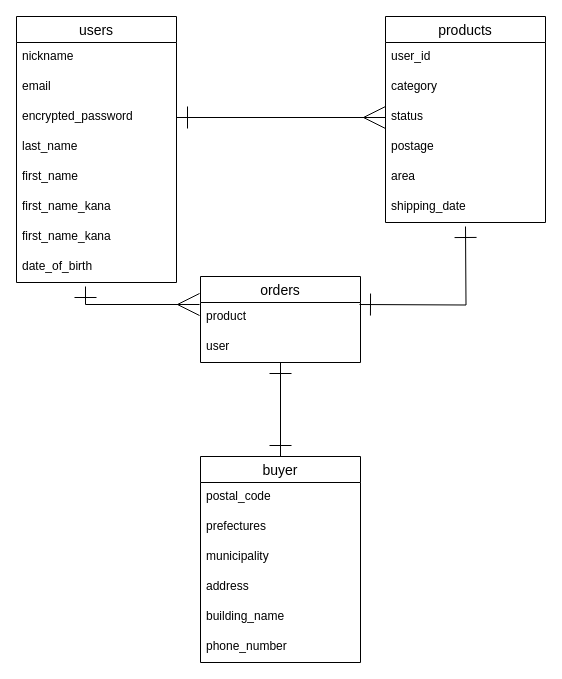
Earlier version of the draw.io diagram furima.dio (Hi-yano/furima-31597). Source tidied: cells renumbered, new cells numbered last; positions are measured from the earlier drawing's top-left corner, leaving out a move shared by most shapes. Both pictures are drawn from the tidied source at 100%, with x=0, y=0 at pixel (16, 16).
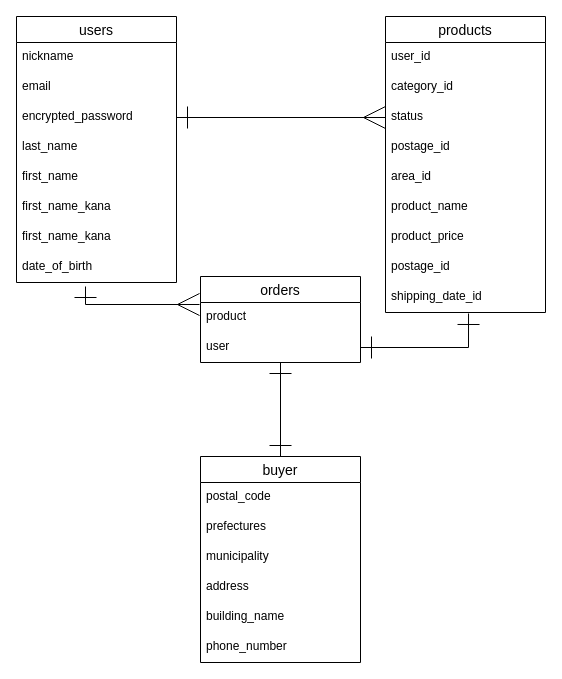
The same page after the edit.

Commit message (it also covers changes not shown here):
ER図/README修正3

Unchanged cells that the change refers to:
```xml
<mxCell id="16" value="user" style="text;strokeColor=none;fillColor=none;spacingLeft=4;spacingRight=4;overflow=hidden;points=[[0,0.5],[1,0.5]];portConstraint=eastwest;fontSize=12;" parent="14" vertex="1">
  <mxGeometry y="56" width="160" height="30" as="geometry" />
</mxCell>
```

What changed in the source:
```diff
@@
-    <mxCell id="3" style="edgeStyle=orthogonalEdgeStyle;rounded=0;orthogonalLoop=1;jettySize=auto;html=1;exitX=1;exitY=0.5;exitDx=0;exitDy=0;startArrow=ERone;startFill=0;startSize=20;endArrow=ERone;endFill=0;endSize=20;strokeWidth=1;" parent="1" edge="1">
-      <mxGeometry relative="1" as="geometry">
-        <mxPoint x="343" y="288" as="sourcePoint" />
-        <mxPoint x="449" y="210" as="targetPoint" />
-      </mxGeometry>
+    <mxCell id="3" style="edgeStyle=orthogonalEdgeStyle;rounded=0;jettySize=auto;html=1;exitX=1;exitY=0.5;exitDx=0;exitDy=0;startArrow=ERone;startFill=0;startSize=20;endArrow=ERone;endFill=0;endSize=20;strokeWidth=1;entryX=0.519;entryY=1.033;entryDx=0;entryDy=0;entryPerimeter=0;" parent="1" edge="1" source="16" target="23">
+      <mxGeometry relative="1" as="geometry" />
     </mxCell>
@@
     <mxCell id="17" value="products" style="swimlane;fontStyle=0;horizontal=1;startSize=26;align=center;fontSize=14;" parent="1" vertex="1">
-      <mxGeometry x="369" width="160" height="206" as="geometry" />
+      <mxGeometry x="369" width="160" height="296" as="geometry" />
     </mxCell>
@@
-    <mxCell id="19" value="category" style="text;strokeColor=none;fillColor=none;spacingLeft=4;spacingRight=4;overflow=hidden;fontSize=12;" parent="17" vertex="1">
+    <mxCell id="19" value="category_id" style="text;strokeColor=none;fillColor=none;spacingLeft=4;spacingRight=4;overflow=hidden;fontSize=12;" parent="17" vertex="1">
       <mxGeometry y="56" width="160" height="30" as="geometry" />
     </mxCell>
@@
-    <mxCell id="21" value="postage" style="text;strokeColor=none;fillColor=none;spacingLeft=4;spacingRight=4;overflow=hidden;fontSize=12;" parent="17" vertex="1">
+    <mxCell id="21" value="postage_id" style="text;strokeColor=none;fillColor=none;spacingLeft=4;spacingRight=4;overflow=hidden;fontSize=12;" parent="17" vertex="1">
       <mxGeometry y="116" width="160" height="30" as="geometry" />
     </mxCell>
-    <mxCell id="22" value="area" style="text;strokeColor=none;fillColor=none;spacingLeft=4;spacingRight=4;overflow=hidden;fontSize=12;" parent="17" vertex="1">
+    <mxCell id="22" value="area_id" style="text;strokeColor=none;fillColor=none;spacingLeft=4;spacingRight=4;overflow=hidden;fontSize=12;" parent="17" vertex="1">
       <mxGeometry y="146" width="160" height="30" as="geometry" />
     </mxCell>
+    <mxCell id="32" value="product_name" style="text;strokeColor=none;fillColor=none;spacingLeft=4;spacingRight=4;overflow=hidden;fontSize=12;" parent="17" vertex="1">
+      <mxGeometry y="176" width="160" height="30" as="geometry" />
+    </mxCell>
+    <mxCell id="33" value="product_price" style="text;strokeColor=none;fillColor=none;spacingLeft=4;spacingRight=4;overflow=hidden;fontSize=12;" parent="17" vertex="1">
+      <mxGeometry y="206" width="160" height="30" as="geometry" />
+    </mxCell>
+    <mxCell id="34" value="postage_id" style="text;strokeColor=none;fillColor=none;spacingLeft=4;spacingRight=4;overflow=hidden;fontSize=12;" parent="17" vertex="1">
+      <mxGeometry y="236" width="160" height="30" as="geometry" />
+    </mxCell>
-    <mxCell id="23" value="shipping_date" style="text;strokeColor=none;fillColor=none;spacingLeft=4;spacingRight=4;overflow=hidden;points=[[0,0.5],[1,0.5]];portConstraint=eastwest;fontSize=12;" parent="17" vertex="1">
-      <mxGeometry y="176" width="160" height="30" as="geometry" />
+    <mxCell id="23" value="shipping_date_id" style="text;strokeColor=none;fillColor=none;spacingLeft=4;spacingRight=4;overflow=hidden;points=[[0,0.5],[1,0.5]];portConstraint=eastwest;fontSize=12;" parent="17" vertex="1">
+      <mxGeometry y="266" width="160" height="30" as="geometry" />
     </mxCell>
```
